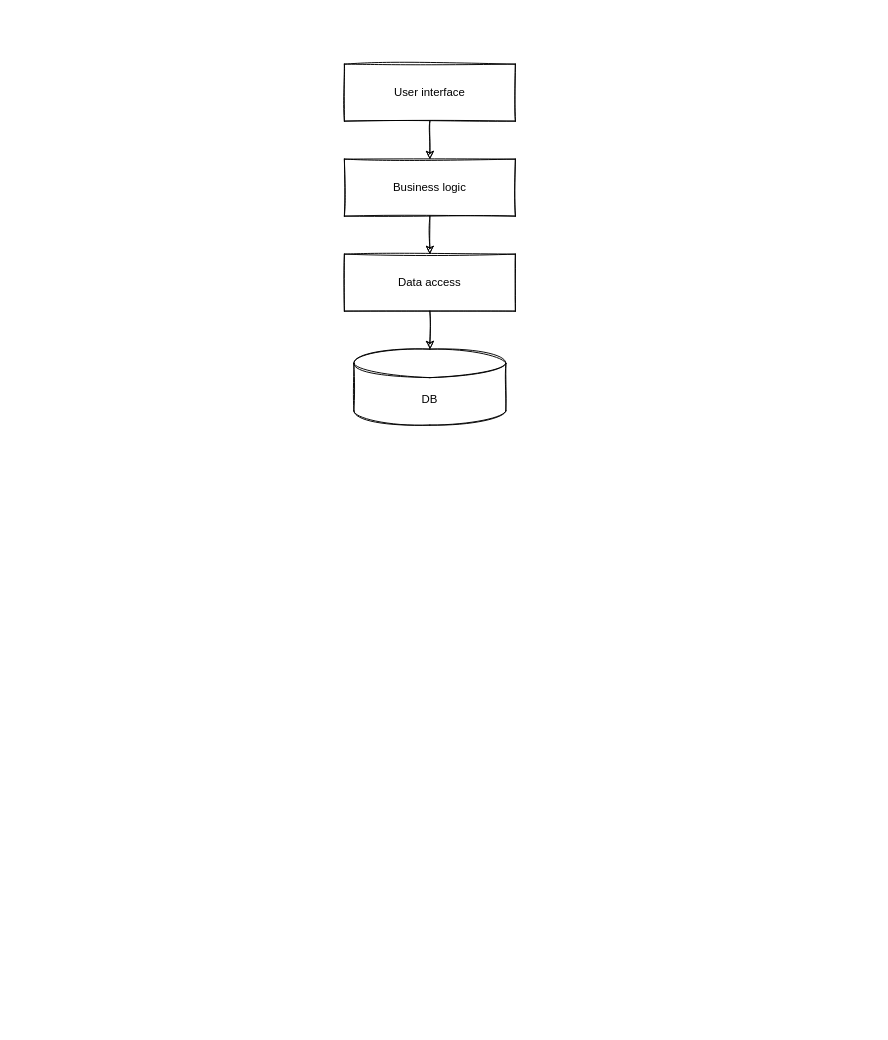
Earlier version of the draw.io diagram drawio/software-architeture.drawio (gentjankolicaj/software-architecture). Source tidied: cells renumbered, new cells numbered last; positions are measured from the earlier drawing's top-left corner, leaving out a move shared by most shapes. Both pictures are drawn from the tidied source at 95%, with x=0, y=0 at pixel (344, 64).
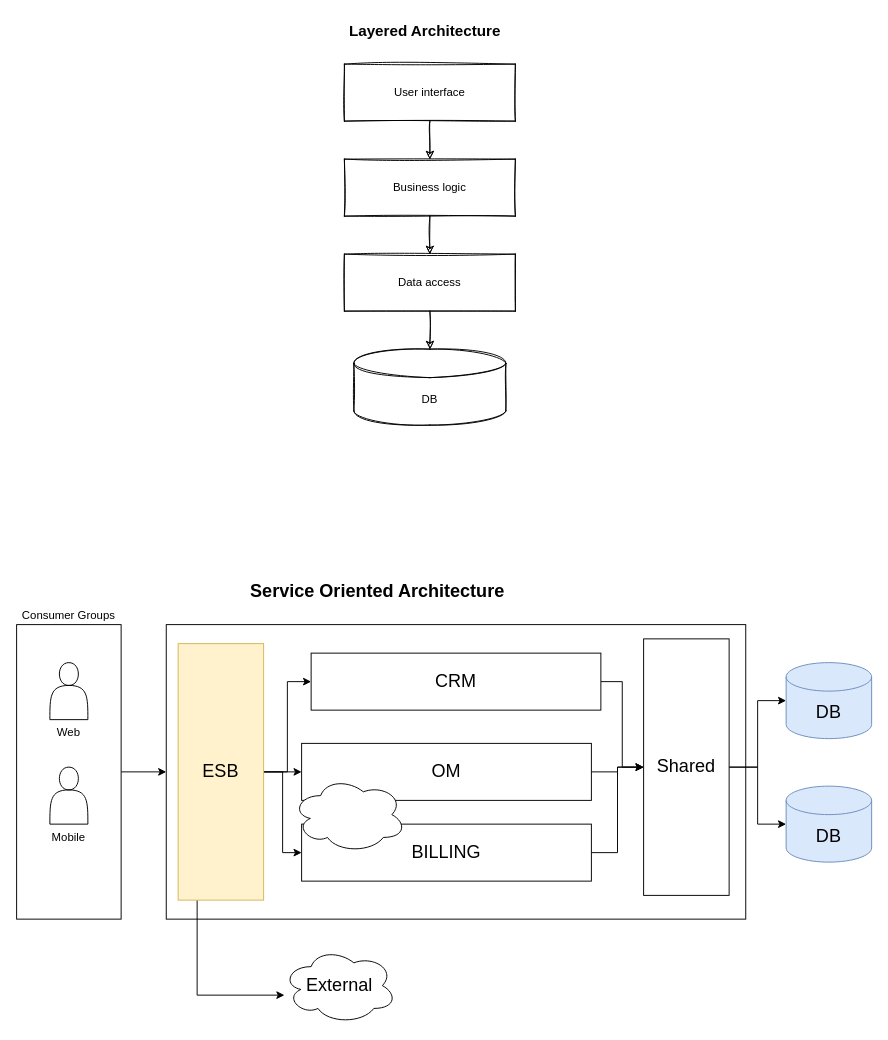
The same diagram, later.

Change to the diagram source:
```diff
@@
+    <mxCell id="9" style="edgeStyle=orthogonalEdgeStyle;rounded=0;jettySize=auto;html=1;entryX=0;entryY=0.5;entryDx=0;entryDy=0;fontSize=19;" parent="1" edge="1" source="10" target="14">
+      <mxGeometry relative="1" as="geometry" />
+    </mxCell>
+    <mxCell id="10" value="Consumer Groups&lt;br&gt;" style="rounded=0;whiteSpace=wrap;html=1;labelPosition=center;verticalLabelPosition=top;align=center;verticalAlign=bottom;" parent="1" vertex="1">
+      <mxGeometry x="-345" y="590" width="110" height="310" as="geometry" />
+    </mxCell>
+    <mxCell id="11" value="Web" style="shape=actor;whiteSpace=wrap;html=1;labelPosition=center;verticalLabelPosition=bottom;align=center;verticalAlign=top;" parent="1" vertex="1">
+      <mxGeometry x="-310" y="630" width="40" height="60" as="geometry" />
+    </mxCell>
+    <mxCell id="12" value="Mobile&lt;br&gt;" style="shape=actor;whiteSpace=wrap;html=1;labelPosition=center;verticalLabelPosition=bottom;align=center;verticalAlign=top;" parent="1" vertex="1">
+      <mxGeometry x="-310" y="740" width="40" height="60" as="geometry" />
+    </mxCell>
+    <mxCell id="13" value="Service Oriented Architecture" style="text;html=1;strokeColor=none;fillColor=none;align=center;verticalAlign=middle;whiteSpace=wrap;rounded=0;fontStyle=1;fontSize=19;" parent="1" vertex="1">
+      <mxGeometry x="-125" y="540" width="320" height="30" as="geometry" />
+    </mxCell>
+    <mxCell id="14" style="rounded=0;whiteSpace=wrap;html=1;fontSize=19;" parent="1" vertex="1">
+      <mxGeometry x="-187.5" y="590" width="610" height="310" as="geometry" />
+    </mxCell>
+    <mxCell id="15" style="edgeStyle=orthogonalEdgeStyle;rounded=0;jettySize=auto;html=1;entryX=0;entryY=0.5;entryDx=0;entryDy=0;fontSize=19;" parent="1" edge="1" source="19" target="21">
+      <mxGeometry relative="1" as="geometry" />
+    </mxCell>
+    <mxCell id="16" style="edgeStyle=orthogonalEdgeStyle;rounded=0;jettySize=auto;html=1;entryX=0;entryY=0.5;entryDx=0;entryDy=0;fontSize=19;" parent="1" edge="1" source="19" target="25">
+      <mxGeometry relative="1" as="geometry" />
+    </mxCell>
+    <mxCell id="17" style="edgeStyle=orthogonalEdgeStyle;rounded=0;jettySize=auto;html=1;entryX=0;entryY=0.5;entryDx=0;entryDy=0;fontSize=19;" parent="1" edge="1" source="19" target="23">
+      <mxGeometry relative="1" as="geometry" />
+    </mxCell>
+    <mxCell id="18" style="edgeStyle=orthogonalEdgeStyle;rounded=0;jettySize=auto;html=1;fontSize=19;" parent="1" edge="1" source="19" target="30">
+      <mxGeometry relative="1" as="geometry">
+        <Array as="points">
+          <mxPoint x="-155" y="980" />
+        </Array>
+      </mxGeometry>
+    </mxCell>
+    <mxCell id="19" value="ESB" style="rounded=0;whiteSpace=wrap;html=1;fontSize=19;fillColor=#fff2cc;strokeColor=#d6b656;" parent="1" vertex="1">
+      <mxGeometry x="-175" y="610" width="90" height="270" as="geometry" />
+    </mxCell>
+    <mxCell id="20" style="edgeStyle=orthogonalEdgeStyle;rounded=0;jettySize=auto;html=1;entryX=0;entryY=0.5;entryDx=0;entryDy=0;fontSize=19;" parent="1" edge="1" source="21" target="28">
+      <mxGeometry relative="1" as="geometry" />
+    </mxCell>
+    <mxCell id="21" value="CRM" style="rounded=0;whiteSpace=wrap;html=1;fontSize=19;" parent="1" vertex="1">
+      <mxGeometry x="-35" y="620" width="305" height="60" as="geometry" />
+    </mxCell>
+    <mxCell id="22" style="edgeStyle=orthogonalEdgeStyle;rounded=0;jettySize=auto;html=1;fontSize=19;" parent="1" edge="1" source="23" target="28">
+      <mxGeometry relative="1" as="geometry" />
+    </mxCell>
+    <mxCell id="23" value="BILLING" style="rounded=0;whiteSpace=wrap;html=1;fontSize=19;" parent="1" vertex="1">
+      <mxGeometry x="-45" y="800" width="305" height="60" as="geometry" />
+    </mxCell>
+    <mxCell id="24" style="edgeStyle=orthogonalEdgeStyle;rounded=0;jettySize=auto;html=1;entryX=0;entryY=0.5;entryDx=0;entryDy=0;fontSize=19;" parent="1" edge="1" source="25" target="28">
+      <mxGeometry relative="1" as="geometry" />
+    </mxCell>
+    <mxCell id="25" value="OM" style="rounded=0;whiteSpace=wrap;html=1;fontSize=19;" parent="1" vertex="1">
+      <mxGeometry x="-45" y="715" width="305" height="60" as="geometry" />
+    </mxCell>
+    <mxCell id="26" style="edgeStyle=orthogonalEdgeStyle;rounded=0;jettySize=auto;html=1;fontSize=19;" parent="1" edge="1" source="28" target="31">
+      <mxGeometry relative="1" as="geometry" />
+    </mxCell>
+    <mxCell id="27" style="edgeStyle=orthogonalEdgeStyle;rounded=0;jettySize=auto;html=1;entryX=0;entryY=0.5;entryDx=0;entryDy=0;entryPerimeter=0;fontSize=19;" parent="1" edge="1" source="28" target="32">
+      <mxGeometry relative="1" as="geometry" />
+    </mxCell>
+    <mxCell id="28" value="Shared" style="rounded=0;whiteSpace=wrap;html=1;fontSize=19;" parent="1" vertex="1">
+      <mxGeometry x="315" y="605" width="90" height="270" as="geometry" />
+    </mxCell>
+    <mxCell id="29" style="ellipse;shape=cloud;whiteSpace=wrap;html=1;fontSize=19;" parent="1" vertex="1">
+      <mxGeometry x="-55" y="750" width="120" height="80" as="geometry" />
+    </mxCell>
+    <mxCell id="30" value="External&lt;br&gt;" style="ellipse;shape=cloud;whiteSpace=wrap;html=1;fontSize=19;" parent="1" vertex="1">
+      <mxGeometry x="-65" y="930" width="120" height="80" as="geometry" />
+    </mxCell>
+    <mxCell id="31" value="DB&lt;br&gt;" style="shape=cylinder3;whiteSpace=wrap;html=1;boundedLbl=1;backgroundOutline=1;size=15;fontSize=19;fillColor=#dae8fc;strokeColor=#6c8ebf;" parent="1" vertex="1">
+      <mxGeometry x="465" y="760" width="90" height="80" as="geometry" />
+    </mxCell>
+    <mxCell id="32" value="DB&lt;br&gt;" style="shape=cylinder3;whiteSpace=wrap;html=1;boundedLbl=1;backgroundOutline=1;size=15;fontSize=19;fillColor=#dae8fc;strokeColor=#6c8ebf;" parent="1" vertex="1">
+      <mxGeometry x="465" y="630" width="90" height="80" as="geometry" />
+    </mxCell>
+    <mxCell id="33" value="Layered Architecture" style="text;html=1;strokeColor=none;fillColor=none;align=center;verticalAlign=middle;whiteSpace=wrap;rounded=0;fontStyle=1;fontSize=16;" parent="1" vertex="1">
+      <mxGeometry x="-10" y="-50" width="190" height="30" as="geometry" />
+    </mxCell>
```
